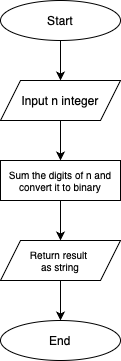
carlodenardin/multimodal-human-eval keeps this draw.io diagram as data/diagrams/p84/fc/l1.drawio.png. Above is the earlier version. Source tidied: cells renumbered, new cells last; positions are measured from the earlier drawing's top-left corner, leaving out a move shared by most shapes.
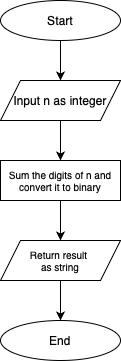
Later version of the same file.

The edit, as a diff of the source:
```diff
@@ -5,7 +5,7 @@
     <mxCell id="2" value="Start" style="ellipse;whiteSpace=wrap;html=1;" parent="1" vertex="1">
       <mxGeometry width="120" height="40" as="geometry" />
     </mxCell>
-    <mxCell id="3" value="Input n integer" style="shape=parallelogram;perimeter=parallelogramPerimeter;whiteSpace=wrap;html=1;fixedSize=1;size=20;" parent="1" vertex="1">
+    <mxCell id="3" value="Input n as integer" style="shape=parallelogram;perimeter=parallelogramPerimeter;whiteSpace=wrap;html=1;fixedSize=1;size=20;" parent="1" vertex="1">
       <mxGeometry y="80" width="120" height="40" as="geometry" />
     </mxCell>
     <mxCell id="4" style="endArrow=classic;html=1;rounded=0;exitX=0.5;exitY=1;exitDx=0;exitDy=0;" parent="1" edge="1" source="2" target="3">
```
